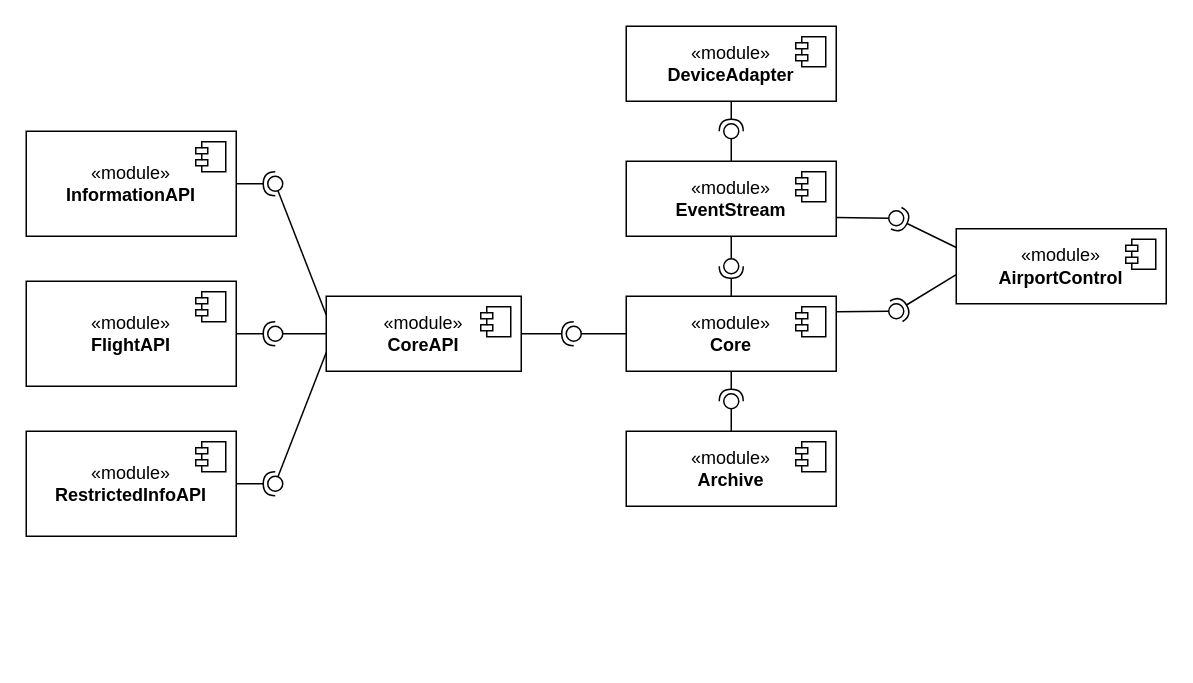
This is Diagrams/packages[module].drawio from oskarbreindahl/Softwarebyggehygge, a draw.io file, before an edit. Source tidied: cells renumbered, new cells numbered last; positions are measured from the earlier drawing's top-left corner, leaving out a move shared by most shapes. Both pictures are drawn from the tidied source at 150%, with x=0, y=0 at pixel (26, 26).
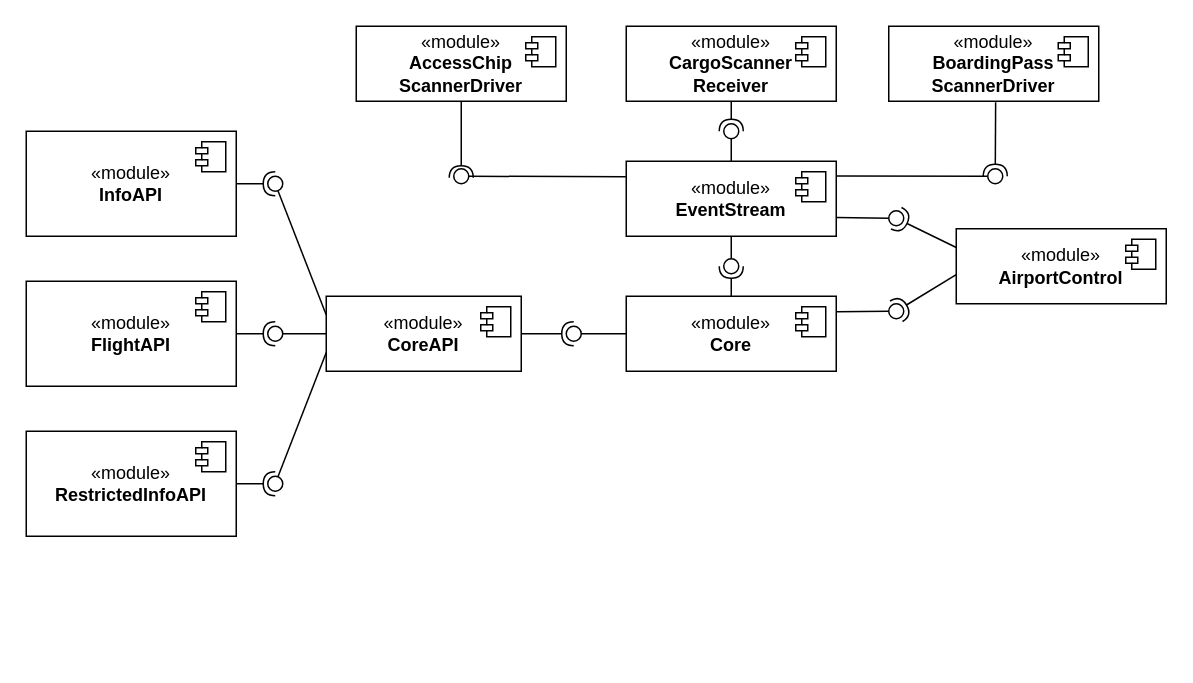
The same diagram, later.

Unchanged cells that the change refers to:
```xml
<mxCell id="8" value="«module»&lt;br&gt;&lt;b&gt;Core&lt;/b&gt;" style="html=1;whiteSpace=wrap;" parent="1" vertex="1">
  <mxGeometry x="400" y="180" width="140" height="50" as="geometry" />
</mxCell>
<mxCell id="10" value="«module»&lt;br&gt;&lt;b&gt;EventStream&lt;/b&gt;" style="html=1;whiteSpace=wrap;" parent="1" vertex="1">
  <mxGeometry x="400" y="90" width="140" height="50" as="geometry" />
</mxCell>
```

Diff of the diagram source:
```diff
@@
-    <mxCell id="2" value="«module»&lt;br&gt;&lt;b&gt;InformationAPI&lt;/b&gt;" style="html=1;whiteSpace=wrap;" parent="1" vertex="1">
+    <mxCell id="2" value="«module»&lt;br&gt;&lt;b&gt;InfoAPI&lt;/b&gt;" style="html=1;whiteSpace=wrap;" parent="1" vertex="1">
       <mxGeometry y="70" width="140" height="70" as="geometry" />
     </mxCell>
@@
-    <mxCell id="28" value="«module»&lt;br&gt;&lt;b&gt;DeviceAdapter&lt;/b&gt;" style="html=1;whiteSpace=wrap;" parent="1" vertex="1">
+    <mxCell id="28" value="«module»&lt;br&gt;&lt;b&gt;CargoScanner&lt;/b&gt;&lt;div&gt;&lt;b&gt;Receiver&lt;/b&gt;&lt;/div&gt;" style="html=1;whiteSpace=wrap;" parent="1" vertex="1">
       <mxGeometry x="400" width="140" height="50" as="geometry" />
     </mxCell>
@@
-    <mxCell id="32" style="ellipse;whiteSpace=wrap;html=1;align=center;fillColor=none;strokeColor=none;perimeter=centerPerimeter;" parent="1" vertex="1">
-      <mxGeometry x="555" y="330" width="10" height="10" as="geometry" />
-    </mxCell>
@@
-    <mxCell id="36" style="ellipse;whiteSpace=wrap;html=1;align=center;fillColor=none;strokeColor=none;perimeter=centerPerimeter;" parent="1" vertex="1">
-      <mxGeometry x="415" y="320" width="10" height="10" as="geometry" />
-    </mxCell>
@@
-    <mxCell id="43" value="«module»&lt;br&gt;&lt;b&gt;Archive&lt;/b&gt;" style="html=1;whiteSpace=wrap;" parent="1" vertex="1">
-      <mxGeometry x="400" y="270" width="140" height="50" as="geometry" />
-    </mxCell>
-    <mxCell id="44" style="shape=module;jettyWidth=8;jettyHeight=4;" parent="43" vertex="1">
-      <mxGeometry x="1" width="20" height="20" relative="1" as="geometry">
-        <mxPoint x="-27" y="7" as="offset" />
-      </mxGeometry>
-    </mxCell>
-    <mxCell id="45" style="rounded=0;jettySize=auto;html=1;endArrow=halfCircle;endFill=0;endSize=6;strokeWidth=1;sketch=0;exitX=0.5;exitY=1;exitDx=0;exitDy=0;" parent="1" edge="1" source="8">
-      <mxGeometry relative="1" as="geometry">
-        <mxPoint x="470" y="250" as="targetPoint" />
-      </mxGeometry>
-    </mxCell>
-    <mxCell id="46" style="rounded=0;jettySize=auto;html=1;endArrow=oval;endFill=0;sketch=0;sourcePerimeterSpacing=0;targetPerimeterSpacing=0;endSize=10;exitX=0.5;exitY=0;exitDx=0;exitDy=0;" parent="1" edge="1" source="43">
-      <mxGeometry relative="1" as="geometry">
-        <mxPoint x="470" y="250" as="targetPoint" />
-      </mxGeometry>
-    </mxCell>
@@
-    <mxCell id="48" style="ellipse;whiteSpace=wrap;html=1;align=center;fillColor=none;strokeColor=none;perimeter=centerPerimeter;" parent="1" vertex="1">
-      <mxGeometry x="575" y="320" width="10" height="10" as="geometry" />
-    </mxCell>
+    <mxCell id="49" value="«module»&lt;br&gt;&lt;b&gt;AccessChip&lt;/b&gt;&lt;div&gt;&lt;b&gt;ScannerDriver&lt;/b&gt;&lt;/div&gt;" style="html=1;whiteSpace=wrap;" parent="1" vertex="1">
+      <mxGeometry x="220" width="140" height="50" as="geometry" />
+    </mxCell>
+    <mxCell id="50" style="shape=module;jettyWidth=8;jettyHeight=4;" parent="49" vertex="1">
+      <mxGeometry x="1" width="20" height="20" relative="1" as="geometry">
+        <mxPoint x="-27" y="7" as="offset" />
+      </mxGeometry>
+    </mxCell>
+    <mxCell id="51" value="«module»&lt;br&gt;&lt;b&gt;BoardingPass&lt;/b&gt;&lt;div&gt;&lt;b&gt;ScannerDriver&lt;/b&gt;&lt;/div&gt;" style="html=1;whiteSpace=wrap;" parent="1" vertex="1">
+      <mxGeometry x="575" width="140" height="50" as="geometry" />
+    </mxCell>
+    <mxCell id="52" style="shape=module;jettyWidth=8;jettyHeight=4;" parent="51" vertex="1">
+      <mxGeometry x="1" width="20" height="20" relative="1" as="geometry">
+        <mxPoint x="-27" y="7" as="offset" />
+      </mxGeometry>
+    </mxCell>
+    <mxCell id="53" style="rounded=0;jettySize=auto;html=1;endArrow=halfCircle;endFill=0;endSize=6;strokeWidth=1;sketch=0;exitX=0.5;exitY=1;exitDx=0;exitDy=0;" parent="1" edge="1" source="49">
+      <mxGeometry relative="1" as="geometry">
+        <mxPoint x="290" y="101" as="targetPoint" />
+      </mxGeometry>
+    </mxCell>
+    <mxCell id="54" style="rounded=0;jettySize=auto;html=1;endArrow=oval;endFill=0;sketch=0;sourcePerimeterSpacing=0;targetPerimeterSpacing=0;endSize=10;exitX=-0.002;exitY=0.206;exitDx=0;exitDy=0;exitPerimeter=0;" parent="1" edge="1" source="10">
+      <mxGeometry relative="1" as="geometry">
+        <mxPoint x="290" y="100" as="targetPoint" />
+      </mxGeometry>
+    </mxCell>
+    <mxCell id="55" style="rounded=0;jettySize=auto;html=1;endArrow=halfCircle;endFill=0;endSize=6;strokeWidth=1;sketch=0;exitX=0.509;exitY=1.013;exitDx=0;exitDy=0;exitPerimeter=0;" parent="1" edge="1" source="51">
+      <mxGeometry relative="1" as="geometry">
+        <mxPoint x="646" y="100" as="targetPoint" />
+      </mxGeometry>
+    </mxCell>
+    <mxCell id="56" style="rounded=0;jettySize=auto;html=1;endArrow=oval;endFill=0;sketch=0;sourcePerimeterSpacing=0;targetPerimeterSpacing=0;endSize=10;exitX=1.001;exitY=0.195;exitDx=0;exitDy=0;exitPerimeter=0;" parent="1" edge="1" source="10">
+      <mxGeometry relative="1" as="geometry">
+        <mxPoint x="646" y="100" as="targetPoint" />
+      </mxGeometry>
+    </mxCell>
+    <mxCell id="57" style="ellipse;whiteSpace=wrap;html=1;align=center;fillColor=none;strokeColor=none;perimeter=centerPerimeter;" parent="1" vertex="1">
+      <mxGeometry x="620" y="70" width="10" height="10" as="geometry" />
+    </mxCell>
```
